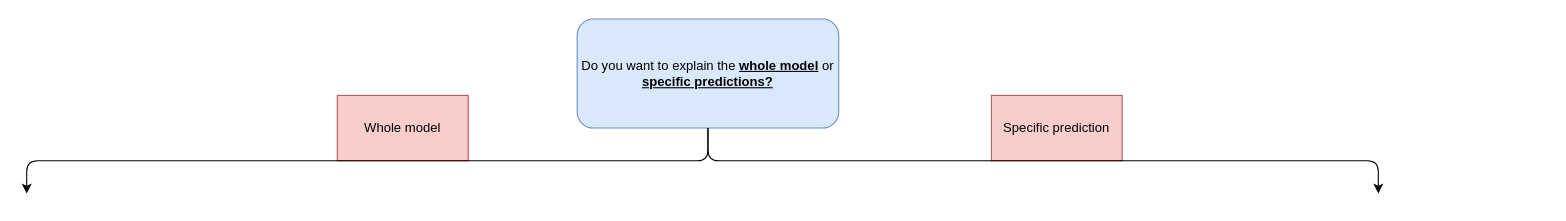
This is diagrams/Interactive-boxes-testing.drawio.xml from NorskRegnesentral/explego, a draw.io file, before an edit. Source tidied: cells renumbered, new cells numbered last; positions are measured from the earlier drawing's top-left corner, leaving out a move shared by most shapes. Both pictures are drawn from the tidied source at 109%, with x=0, y=0 at pixel (26, 19).
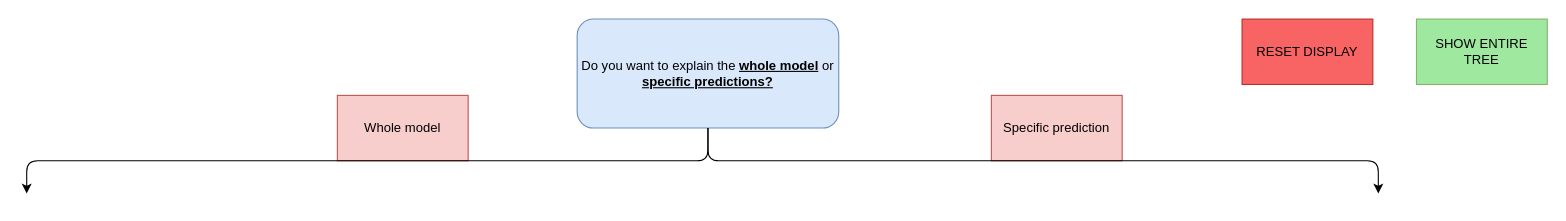
The same diagram, later.

Commit message (it also covers changes not shown here):
Finished choices, added reset-display and show-full-tree

Diff of the diagram source:
```diff
@@
 <mxGraphModel>
   <root>
     <mxCell id="0" />
+    <mxCell id="7" parent="0" />
+    <mxCell id="8" value="RESET DISPLAY" style="rounded=0;whiteSpace=wrap;html=1;fillColor=#F86363;strokeColor=#B83027;" parent="7" vertex="1">
+      <mxGeometry x="1115" width="120" height="60" as="geometry" />
+    </mxCell>
+    <mxCell id="9" value="SHOW ENTIRE TREE" style="rounded=0;whiteSpace=wrap;html=1;fillColor=#9EE8A0;strokeColor=#82b366;" parent="7" vertex="1">
+      <mxGeometry x="1275" width="120" height="60" as="geometry" />
+    </mxCell>
     <mxCell id="1" parent="0" />
     <mxCell id="2" value="Do you want to explain the &lt;b&gt;&lt;u&gt;whole model&lt;/u&gt;&lt;/b&gt; or &lt;u&gt;&lt;b&gt;specific predictions?&lt;/b&gt;&lt;/u&gt;" style="rounded=1;whiteSpace=wrap;html=1;fillColor=#dae8fc;strokeColor=#6c8ebf;" parent="1" vertex="1">
       <mxGeometry x="505" width="240" height="100" as="geometry" />
     </mxCell>
     <mxCell id="3" value="Specific prediction" style="rounded=0;whiteSpace=wrap;html=1;fillColor=#f8cecc;strokeColor=#b85450;" parent="1" vertex="1">
       <mxGeometry x="885" y="70" width="120" height="60" as="geometry" />
     </mxCell>
     <mxCell id="4" value="Whole model" style="rounded=0;whiteSpace=wrap;html=1;fillColor=#f8cecc;strokeColor=#b85450;" parent="1" vertex="1">
       <mxGeometry x="285" y="70" width="120" height="60" as="geometry" />
     </mxCell>
     <mxCell id="5" style="endArrow=classic;html=1;rounded=1;edgeStyle=orthogonalEdgeStyle;" parent="1" edge="1" source="2">
       <mxGeometry relative="1" as="geometry">
         <mxPoint x="1240" y="160" as="targetPoint" />
         <Array as="points">
           <mxPoint x="625" y="130" />
           <mxPoint x="1240" y="130" />
         </Array>
       </mxGeometry>
     </mxCell>
     <mxCell id="6" style="endArrow=classic;html=1;rounded=1;edgeStyle=orthogonalEdgeStyle;" parent="1" edge="1" source="2">
       <mxGeometry relative="1" as="geometry">
         <mxPoint y="160" as="targetPoint" />
         <Array as="points">
           <mxPoint x="625" y="130" />
           <mxPoint y="130" />
         </Array>
       </mxGeometry>
     </mxCell>
   </root>
 </mxGraphModel>
```
